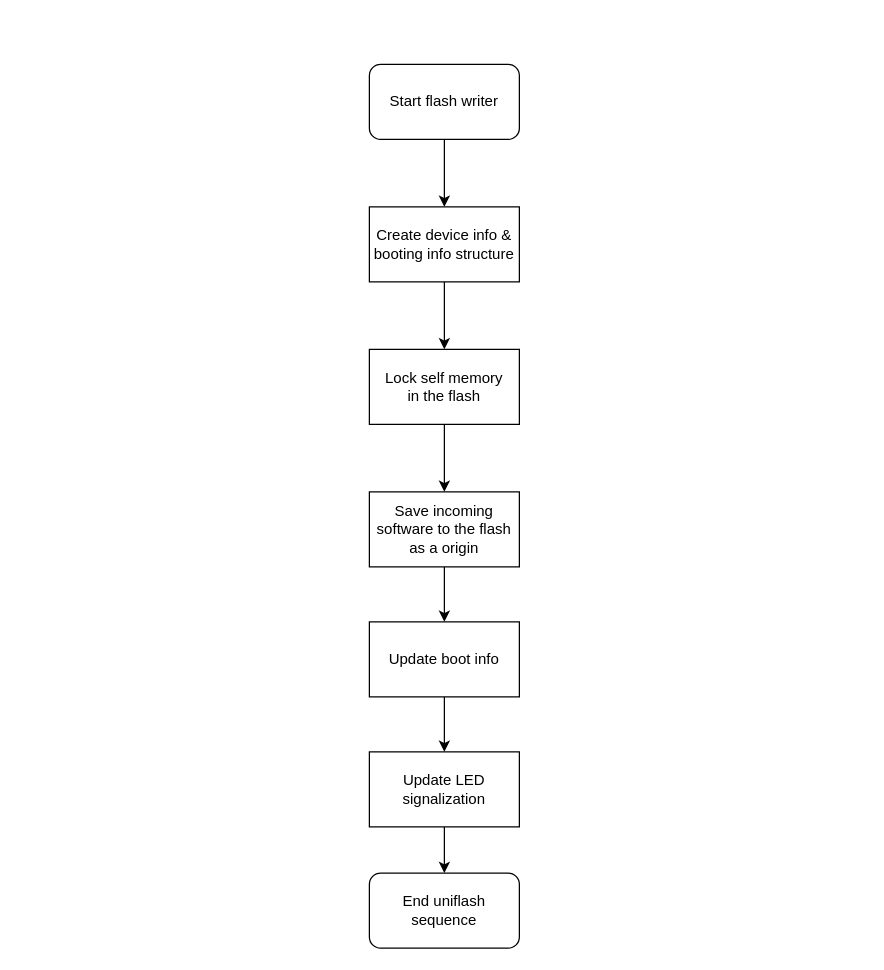
Earlier version of the draw.io diagram schematic/05-sw-flow-flashwriter.drawio (petrkucerak/diplom-thesis). Source tidied: cells renumbered, new cells numbered last; positions are measured from the earlier drawing's top-left corner, leaving out a move shared by most shapes. Both pictures are drawn from the tidied source at 125%, with x=0, y=0 at pixel (369, 64).
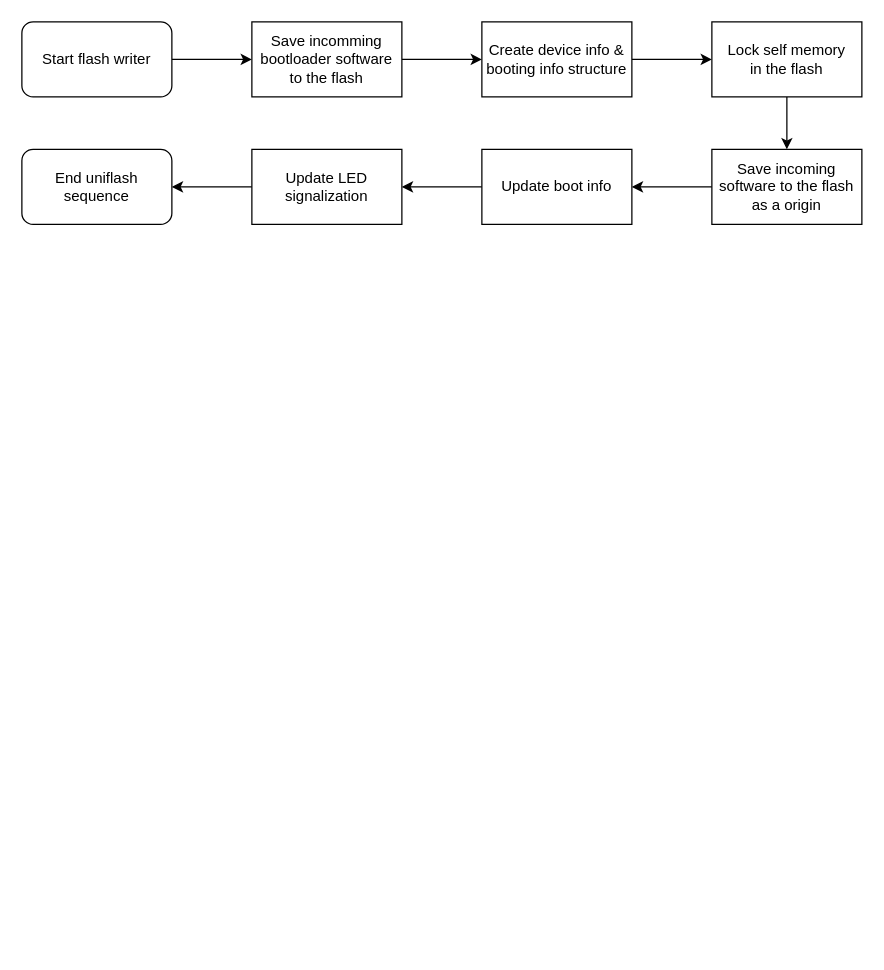
The same diagram, later.

Commit message (it also covers changes not shown here):
Update flashwrite schematic

Change to the diagram source:
```diff
@@
 <mxGraphModel>
   <root>
     <mxCell id="0" />
     <mxCell id="1" parent="0" />
-    <mxCell id="2" style="edgeStyle=none;html=1;exitX=0.5;exitY=1;exitDx=0;exitDy=0;" parent="1" edge="1" source="3" target="5">
-      <mxGeometry relative="1" as="geometry" />
-    </mxCell>
+    <mxCell id="15" style="edgeStyle=none;html=1;exitX=1;exitY=0.5;exitDx=0;exitDy=0;" parent="1" edge="1" source="3" target="17">
+      <mxGeometry relative="1" as="geometry" />
+    </mxCell>
     <mxCell id="3" value="Start flash writer" style="rounded=1;whiteSpace=wrap;html=1;flipV=0;flipH=1;" parent="1" vertex="1">
-      <mxGeometry width="120" height="60" as="geometry" />
+      <mxGeometry x="-278" y="-34" width="120" height="60" as="geometry" />
     </mxCell>
-    <mxCell id="4" style="edgeStyle=none;html=1;exitX=0.5;exitY=1;exitDx=0;exitDy=0;" parent="1" edge="1" source="5" target="7">
+    <mxCell id="4" style="edgeStyle=none;html=1;exitX=1;exitY=0.5;exitDx=0;exitDy=0;" parent="1" edge="1" source="5" target="7">
       <mxGeometry relative="1" as="geometry" />
     </mxCell>
     <mxCell id="5" value="Create device info &amp;amp; booting info structure" style="rounded=0;whiteSpace=wrap;html=1;flipV=0;flipH=1;" parent="1" vertex="1">
-      <mxGeometry y="114" width="120" height="60" as="geometry" />
+      <mxGeometry x="90" y="-34" width="120" height="60" as="geometry" />
     </mxCell>
     <mxCell id="6" style="edgeStyle=none;html=1;exitX=0.5;exitY=1;exitDx=0;exitDy=0;" parent="1" edge="1" source="7" target="9">
       <mxGeometry relative="1" as="geometry" />
     </mxCell>
     <mxCell id="7" value="Lock self memory&lt;br&gt;in the flash" style="rounded=0;whiteSpace=wrap;html=1;flipV=0;flipH=1;" parent="1" vertex="1">
-      <mxGeometry y="228" width="120" height="60" as="geometry" />
+      <mxGeometry x="274" y="-34" width="120" height="60" as="geometry" />
     </mxCell>
-    <mxCell id="8" style="edgeStyle=none;html=1;exitX=0.5;exitY=1;exitDx=0;exitDy=0;" parent="1" edge="1" source="9" target="11">
+    <mxCell id="8" style="edgeStyle=none;html=1;exitX=0;exitY=0.5;exitDx=0;exitDy=0;" parent="1" edge="1" source="9" target="11">
       <mxGeometry relative="1" as="geometry" />
     </mxCell>
     <mxCell id="9" value="Save incoming software to the flash as a origin" style="rounded=0;whiteSpace=wrap;html=1;flipV=0;flipH=1;" parent="1" vertex="1">
-      <mxGeometry y="342" width="120" height="60" as="geometry" />
+      <mxGeometry x="274" y="68" width="120" height="60" as="geometry" />
     </mxCell>
-    <mxCell id="10" style="edgeStyle=none;html=1;exitX=0.5;exitY=1;exitDx=0;exitDy=0;" parent="1" edge="1" source="11" target="14">
+    <mxCell id="10" style="edgeStyle=none;html=1;exitX=0;exitY=0.5;exitDx=0;exitDy=0;" parent="1" edge="1" source="11" target="14">
       <mxGeometry relative="1" as="geometry" />
     </mxCell>
     <mxCell id="11" value="Update boot info" style="rounded=0;whiteSpace=wrap;html=1;flipV=0;flipH=1;" parent="1" vertex="1">
-      <mxGeometry y="446" width="120" height="60" as="geometry" />
+      <mxGeometry x="90" y="68" width="120" height="60" as="geometry" />
     </mxCell>
     <mxCell id="12" value="End uniflash sequence" style="rounded=1;whiteSpace=wrap;html=1;flipV=0;flipH=1;" parent="1" vertex="1">
-      <mxGeometry y="647" width="120" height="60" as="geometry" />
+      <mxGeometry x="-278" y="68" width="120" height="60" as="geometry" />
     </mxCell>
-    <mxCell id="13" style="edgeStyle=none;html=1;exitX=0.5;exitY=1;exitDx=0;exitDy=0;" parent="1" edge="1" source="14" target="12">
+    <mxCell id="13" style="edgeStyle=none;html=1;exitX=0;exitY=0.5;exitDx=0;exitDy=0;" parent="1" edge="1" source="14" target="12">
       <mxGeometry relative="1" as="geometry" />
     </mxCell>
     <mxCell id="14" value="Update LED signalization" style="rounded=0;whiteSpace=wrap;html=1;flipV=0;flipH=1;" parent="1" vertex="1">
-      <mxGeometry y="550" width="120" height="60" as="geometry" />
+      <mxGeometry x="-94" y="68" width="120" height="60" as="geometry" />
     </mxCell>
+    <mxCell id="16" style="edgeStyle=none;html=1;exitX=1;exitY=0.5;exitDx=0;exitDy=0;" parent="1" edge="1" source="17" target="5">
+      <mxGeometry relative="1" as="geometry" />
+    </mxCell>
+    <mxCell id="17" value="Save incomming bootloader software to the flash" style="rounded=0;whiteSpace=wrap;html=1;flipV=0;flipH=1;" parent="1" vertex="1">
+      <mxGeometry x="-94" y="-34" width="120" height="60" as="geometry" />
+    </mxCell>
   </root>
 </mxGraphModel>
```
